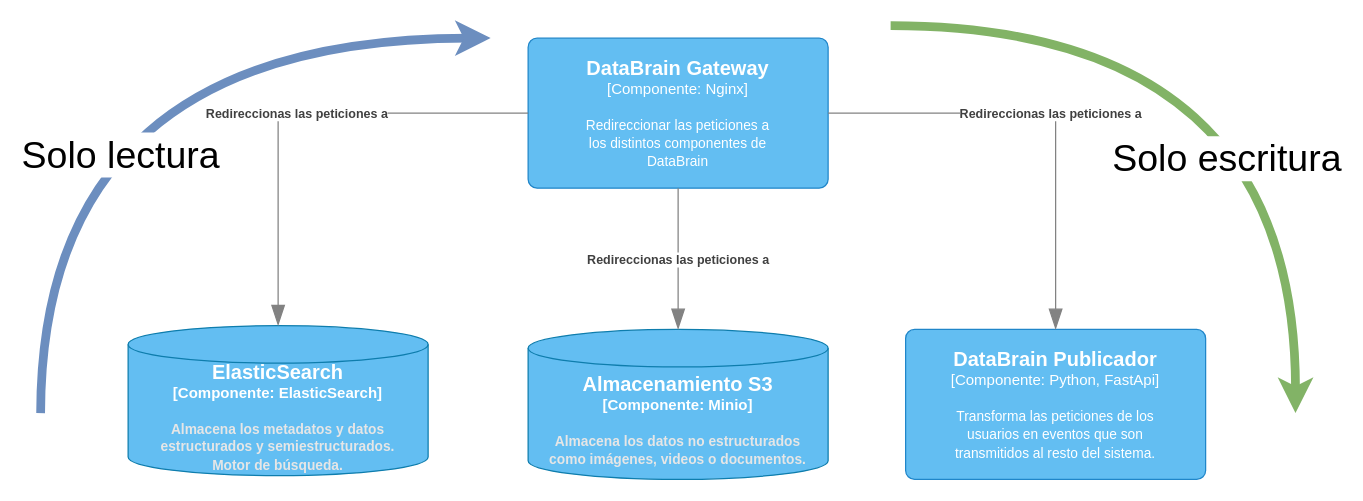
The draw.io diagram page "CQRS" (3 of 25) of C4 model.drawio in gaspect/brainsys, before the edit. Source tidied: cells renumbered, new cells numbered last; positions are measured from the earlier drawing's top-left corner, leaving out a move shared by most shapes. Both pictures are drawn from the tidied source at 125%, with x=0, y=0 at pixel (40, 25).
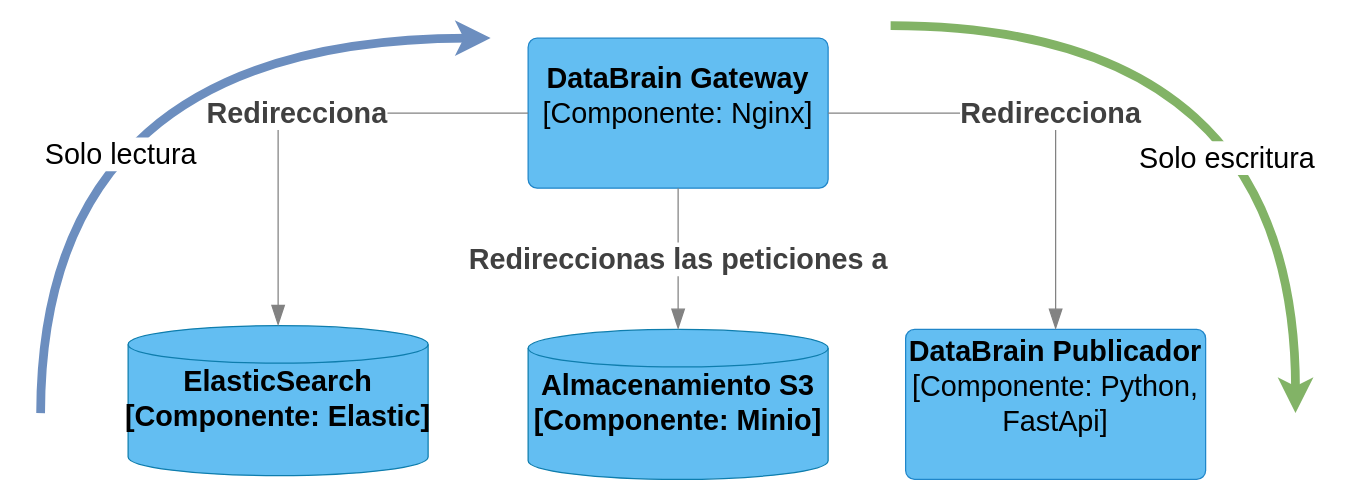
After the change.

Diff of the diagram source:
```diff
@@
-    <object id="2" label="&lt;font style=&quot;font-size: 16px&quot;&gt;&lt;b&gt;%c4Type%&lt;/font&gt;&lt;div&gt;[%c4Container%:&amp;nbsp;%c4Technology%]&lt;/div&gt;&lt;br&gt;&lt;div&gt;&lt;font style=&quot;font-size: 11px&quot;&gt;&lt;font color=&quot;#E6E6E6&quot;&gt;%c4Description%&lt;/font&gt;&lt;/div&gt;" c4Container="Componente" c4Description="Almacena los datos no estructurados&#10;como imágenes, videos o documentos." c4Technology="Minio" c4Type="Almacenamiento S3" placeholders="1">
-      <mxCell style="shape=cylinder3;size=15;whiteSpace=wrap;html=1;boundedLbl=1;rounded=0;labelBackgroundColor=none;fillColor=#63BEF2;fontSize=12;fontColor=#ffffff;align=center;strokeColor=#0E7DAD;points=[[0.5,0,0],[1,0.25,0],[1,0.5,0],[1,0.75,0],[0.5,1,0],[0,0.75,0],[0,0.5,0],[0,0.25,0]];" parent="1" vertex="1">
+    <object id="2" label="&lt;font style=&quot;font-size: 23px;&quot;&gt;&lt;b style=&quot;font-size: 23px;&quot;&gt;%c4Type%&lt;/b&gt;&lt;/font&gt;&lt;div style=&quot;font-size: 23px;&quot;&gt;&lt;b style=&quot;font-size: 23px;&quot;&gt;[%c4Container%:&amp;nbsp;%c4Technology%]&lt;/b&gt;&lt;/div&gt;&lt;b style=&quot;font-size: 23px;&quot;&gt;&lt;br style=&quot;font-size: 23px;&quot;&gt;&lt;div style=&quot;font-size: 23px;&quot;&gt;&lt;font style=&quot;font-size: 23px;&quot;&gt;&lt;font style=&quot;font-size: 23px;&quot;&gt;%c4Description%&lt;/font&gt;&lt;/font&gt;&lt;/div&gt;&lt;/b&gt;" c4Container="Componente" c4Description="" c4Technology="Minio" c4Type="Almacenamiento S3" placeholders="1">
+      <mxCell style="shape=cylinder3;size=15;whiteSpace=wrap;html=1;boundedLbl=1;rounded=0;labelBackgroundColor=none;fillColor=#63BEF2;fontSize=23;fontColor=#000000;align=center;strokeColor=#0E7DAD;points=[[0.5,0,0],[1,0.25,0],[1,0.5,0],[1,0.75,0],[0.5,1,0],[0,0.75,0],[0,0.5,0],[0,0.25,0]];" parent="1" vertex="1">
         <mxGeometry x="390" y="243" width="240" height="120" as="geometry" />
       </mxCell>
     </object>
-    <object id="3" label="&lt;font style=&quot;font-size: 16px&quot;&gt;&lt;b&gt;%c4Type%&lt;/font&gt;&lt;div&gt;[%c4Container%:&amp;nbsp;%c4Technology%]&lt;/div&gt;&lt;br&gt;&lt;div&gt;&lt;font style=&quot;font-size: 11px&quot;&gt;&lt;font color=&quot;#E6E6E6&quot;&gt;%c4Description%&lt;/font&gt;&lt;/div&gt;" c4Container="Componente" c4Description="Almacena los metadatos y datos &#10;estructurados y semiestructurados.&#10;Motor de búsqueda." c4Technology="ElasticSearch" c4Type="ElasticSearch" placeholders="1">
-      <mxCell style="shape=cylinder3;size=15;whiteSpace=wrap;html=1;boundedLbl=1;rounded=0;labelBackgroundColor=none;fillColor=#63BEF2;fontSize=12;fontColor=#ffffff;align=center;strokeColor=#0E7DAD;points=[[0.5,0,0],[1,0.25,0],[1,0.5,0],[1,0.75,0],[0.5,1,0],[0,0.75,0],[0,0.5,0],[0,0.25,0]];" parent="1" vertex="1">
+    <object id="3" label="&lt;font style=&quot;font-size: 23px;&quot;&gt;&lt;b style=&quot;font-size: 23px;&quot;&gt;%c4Type%&lt;/b&gt;&lt;/font&gt;&lt;div style=&quot;font-size: 23px;&quot;&gt;&lt;b style=&quot;font-size: 23px;&quot;&gt;[%c4Container%:&amp;nbsp;%c4Technology%]&lt;/b&gt;&lt;/div&gt;&lt;b style=&quot;font-size: 23px;&quot;&gt;&lt;br style=&quot;font-size: 23px;&quot;&gt;&lt;div style=&quot;font-size: 23px;&quot;&gt;&lt;font style=&quot;font-size: 23px;&quot;&gt;&lt;font style=&quot;font-size: 23px;&quot;&gt;%c4Description%&lt;/font&gt;&lt;/font&gt;&lt;/div&gt;&lt;/b&gt;" c4Container="Componente" c4Description="" c4Technology="Elastic" c4Type="ElasticSearch" placeholders="1">
+      <mxCell style="shape=cylinder3;size=15;whiteSpace=wrap;html=1;boundedLbl=1;rounded=0;labelBackgroundColor=none;fillColor=#63BEF2;fontSize=23;fontColor=#000000;align=center;strokeColor=#0E7DAD;points=[[0.5,0,0],[1,0.25,0],[1,0.5,0],[1,0.75,0],[0.5,1,0],[0,0.75,0],[0,0.5,0],[0,0.25,0]];" parent="1" vertex="1">
         <mxGeometry x="70" y="240" width="240" height="120" as="geometry" />
       </mxCell>
     </object>
-    <object id="4" label="&lt;font style=&quot;font-size: 16px&quot;&gt;&lt;b&gt;%c4Name%&lt;/b&gt;&lt;/font&gt;&lt;div&gt;[%c4Type%: %c4Technology%]&lt;/div&gt;&lt;br&gt;&lt;div&gt;&lt;font style=&quot;font-size: 11px&quot;&gt;%c4Description%&lt;/font&gt;&lt;/div&gt;" c4Description="Transforma las peticiones de los &#10;usuarios en eventos que son &#10;transmitidos al resto del sistema." c4Name="DataBrain Publicador" c4Technology="Python, FastApi" c4Type="Componente" placeholders="1">
-      <mxCell style="rounded=1;whiteSpace=wrap;html=1;labelBackgroundColor=none;fillColor=#63BEF2;fontColor=#ffffff;align=center;arcSize=6;strokeColor=#2086C9;points=[[0.25,0,0],[0.5,0,0],[0.75,0,0],[1,0.25,0],[1,0.5,0],[1,0.75,0],[0.75,1,0],[0.5,1,0],[0.25,1,0],[0,0.75,0],[0,0.5,0],[0,0.25,0]];" parent="1" vertex="1">
+    <object id="4" label="&lt;font style=&quot;font-size: 23px;&quot;&gt;&lt;b style=&quot;font-size: 23px;&quot;&gt;%c4Name%&lt;/b&gt;&lt;/font&gt;&lt;div style=&quot;font-size: 23px;&quot;&gt;[%c4Type%: %c4Technology%]&lt;/div&gt;&lt;br style=&quot;font-size: 23px;&quot;&gt;&lt;div style=&quot;font-size: 23px;&quot;&gt;&lt;font style=&quot;font-size: 23px;&quot;&gt;%c4Description%&lt;/font&gt;&lt;/div&gt;" c4Description="" c4Name="DataBrain Publicador" c4Technology="Python, FastApi" c4Type="Componente" placeholders="1">
+      <mxCell style="rounded=1;whiteSpace=wrap;html=1;labelBackgroundColor=none;fillColor=#63BEF2;fontColor=#000000;align=center;arcSize=6;strokeColor=#2086C9;points=[[0.25,0,0],[0.5,0,0],[0.75,0,0],[1,0.25,0],[1,0.5,0],[1,0.75,0],[0.75,1,0],[0.5,1,0],[0.25,1,0],[0,0.75,0],[0,0.5,0],[0,0.25,0]];fontSize=23;" parent="1" vertex="1">
         <mxGeometry x="692" y="243" width="240" height="120" as="geometry" />
       </mxCell>
     </object>
-    <object id="5" label="&lt;font style=&quot;font-size: 16px&quot;&gt;&lt;b&gt;%c4Name%&lt;/b&gt;&lt;/font&gt;&lt;div&gt;[%c4Type%: %c4Technology%]&lt;/div&gt;&lt;br&gt;&lt;div&gt;&lt;font style=&quot;font-size: 11px&quot;&gt;%c4Description%&lt;/font&gt;&lt;/div&gt;" c4Description="Redireccionar las peticiones a &#10;los distintos componentes de &#10;DataBrain" c4Name="DataBrain Gateway" c4Technology="Nginx" c4Type="Componente" placeholders="1">
-      <mxCell style="rounded=1;whiteSpace=wrap;html=1;labelBackgroundColor=none;fillColor=#63BEF2;fontColor=#ffffff;align=center;arcSize=6;strokeColor=#2086C9;points=[[0.25,0,0],[0.5,0,0],[0.75,0,0],[1,0.25,0],[1,0.5,0],[1,0.75,0],[0.75,1,0],[0.5,1,0],[0.25,1,0],[0,0.75,0],[0,0.5,0],[0,0.25,0]];" parent="1" vertex="1">
+    <object id="5" label="&lt;font style=&quot;font-size: 23px;&quot;&gt;&lt;b style=&quot;font-size: 23px;&quot;&gt;%c4Name%&lt;/b&gt;&lt;/font&gt;&lt;div style=&quot;font-size: 23px;&quot;&gt;[%c4Type%: %c4Technology%]&lt;/div&gt;&lt;br style=&quot;font-size: 23px;&quot;&gt;&lt;div style=&quot;font-size: 23px;&quot;&gt;&lt;font style=&quot;font-size: 23px;&quot;&gt;%c4Description%&lt;/font&gt;&lt;/div&gt;" c4Description="" c4Name="DataBrain Gateway" c4Technology="Nginx" c4Type="Componente" placeholders="1">
+      <mxCell style="rounded=1;whiteSpace=wrap;html=1;labelBackgroundColor=none;fillColor=#63BEF2;fontColor=#000000;align=center;arcSize=6;strokeColor=#2086C9;points=[[0.25,0,0],[0.5,0,0],[0.75,0,0],[1,0.25,0],[1,0.5,0],[1,0.75,0],[0.75,1,0],[0.5,1,0],[0.25,1,0],[0,0.75,0],[0,0.5,0],[0,0.25,0]];fontSize=23;" parent="1" vertex="1">
         <mxGeometry x="390" y="10" width="240" height="120" as="geometry" />
       </mxCell>
     </object>
-    <object id="6" label="&lt;div style=&quot;text-align: left&quot;&gt;&lt;div style=&quot;text-align: center&quot;&gt;&lt;b&gt;%c4Description%&lt;/b&gt;&lt;/div&gt;" c4Description="Redireccionas las peticiones a" placeholders="1">
-      <mxCell style="endArrow=blockThin;html=1;fontSize=10;fontColor=#404040;strokeWidth=1;endFill=1;strokeColor=#828282;elbow=vertical;endSize=14;startSize=14;jumpStyle=arc;jumpSize=16;rounded=0;edgeStyle=orthogonalEdgeStyle;" parent="1" edge="1" source="5" target="3">
+    <object id="6" label="&lt;div style=&quot;text-align: left; font-size: 23px;&quot;&gt;&lt;div style=&quot;text-align: center; font-size: 23px;&quot;&gt;&lt;b style=&quot;font-size: 23px;&quot;&gt;%c4Description%&lt;/b&gt;&lt;/div&gt;&lt;/div&gt;" c4Description="Redirecciona" placeholders="1">
+      <mxCell style="endArrow=blockThin;html=1;fontSize=23;fontColor=#404040;strokeWidth=1;endFill=1;strokeColor=#828282;elbow=vertical;endSize=14;startSize=14;jumpStyle=arc;jumpSize=16;rounded=0;edgeStyle=orthogonalEdgeStyle;" parent="1" edge="1" source="5" target="3">
         <mxGeometry relative="1" as="geometry" />
       </mxCell>
     </object>
-    <object id="7" label="&lt;div style=&quot;text-align: left&quot;&gt;&lt;div style=&quot;text-align: center&quot;&gt;&lt;b&gt;%c4Description%&lt;/b&gt;&lt;/div&gt;" c4Description="Redireccionas las peticiones a" placeholders="1">
-      <mxCell style="endArrow=blockThin;html=1;fontSize=10;fontColor=#404040;strokeWidth=1;endFill=1;strokeColor=#828282;elbow=vertical;endSize=14;startSize=14;jumpStyle=arc;jumpSize=16;rounded=0;edgeStyle=orthogonalEdgeStyle;" parent="1" edge="1" source="5" target="2">
+    <object id="7" label="&lt;div style=&quot;text-align: left; font-size: 23px;&quot;&gt;&lt;div style=&quot;text-align: center; font-size: 23px;&quot;&gt;&lt;b style=&quot;font-size: 23px;&quot;&gt;%c4Description%&lt;/b&gt;&lt;/div&gt;&lt;/div&gt;" c4Description="Redireccionas las peticiones a" placeholders="1">
+      <mxCell style="endArrow=blockThin;html=1;fontSize=23;fontColor=#404040;strokeWidth=1;endFill=1;strokeColor=#828282;elbow=vertical;endSize=14;startSize=14;jumpStyle=arc;jumpSize=16;rounded=0;edgeStyle=orthogonalEdgeStyle;" parent="1" edge="1" source="5" target="2">
         <mxGeometry relative="1" as="geometry" />
       </mxCell>
     </object>
-    <object id="8" label="&lt;div style=&quot;text-align: left&quot;&gt;&lt;div style=&quot;text-align: center&quot;&gt;&lt;b&gt;%c4Description%&lt;/b&gt;&lt;/div&gt;" c4Description="Redireccionas las peticiones a" placeholders="1">
-      <mxCell style="endArrow=blockThin;html=1;fontSize=10;fontColor=#404040;strokeWidth=1;endFill=1;strokeColor=#828282;elbow=vertical;endSize=14;startSize=14;jumpStyle=arc;jumpSize=16;rounded=0;edgeStyle=orthogonalEdgeStyle;" parent="1" edge="1" source="5" target="4">
+    <object id="8" label="&lt;div style=&quot;text-align: left; font-size: 23px;&quot;&gt;&lt;div style=&quot;text-align: center; font-size: 23px;&quot;&gt;&lt;b style=&quot;font-size: 23px;&quot;&gt;%c4Description%&lt;/b&gt;&lt;/div&gt;&lt;/div&gt;" c4Description="Redirecciona" placeholders="1">
+      <mxCell style="endArrow=blockThin;html=1;fontSize=23;fontColor=#404040;strokeWidth=1;endFill=1;strokeColor=#828282;elbow=vertical;endSize=14;startSize=14;jumpStyle=arc;jumpSize=16;rounded=0;edgeStyle=orthogonalEdgeStyle;" parent="1" edge="1" source="5" target="4">
         <mxGeometry relative="1" as="geometry" />
       </mxCell>
     </object>
-    <mxCell id="9" style="endArrow=classic;html=1;edgeStyle=orthogonalEdgeStyle;curved=1;strokeWidth=7;fillColor=#d5e8d4;strokeColor=#82b366;gradientColor=#97d077;" parent="1" edge="1">
+    <mxCell id="9" style="endArrow=classic;html=1;edgeStyle=orthogonalEdgeStyle;curved=1;strokeWidth=7;fillColor=#d5e8d4;strokeColor=#82b366;gradientColor=#97d077;fontSize=23;" parent="1" edge="1">
       <mxGeometry relative="1" as="geometry">
         <mxPoint x="680" as="sourcePoint" />
         <mxPoint x="1003.9" y="310" as="targetPoint" />
       </mxGeometry>
     </mxCell>
-    <mxCell id="10" value="Solo escritura" style="edgeLabel;html=1;align=center;verticalAlign=middle;fontSize=30;" parent="9" vertex="1">
+    <mxCell id="10" value="Solo escritura" style="edgeLabel;html=1;align=center;verticalAlign=middle;fontSize=23;" parent="9" vertex="1">
       <mxGeometry x="0.35" y="-56" relative="1" as="geometry">
         <mxPoint y="1" as="offset" />
       </mxGeometry>
     </mxCell>
-    <mxCell id="11" style="endArrow=none;html=1;fontSize=30;strokeWidth=7;curved=1;edgeStyle=orthogonalEdgeStyle;fillColor=#dae8fc;gradientColor=#7ea6e0;strokeColor=#6c8ebf;endFill=0;startArrow=classic;startFill=1;" parent="1" edge="1">
+    <mxCell id="11" style="endArrow=none;html=1;fontSize=23;strokeWidth=7;curved=1;edgeStyle=orthogonalEdgeStyle;fillColor=#dae8fc;gradientColor=#7ea6e0;strokeColor=#6c8ebf;endFill=0;startArrow=classic;startFill=1;" parent="1" edge="1">
       <mxGeometry relative="1" as="geometry">
         <mxPoint x="360" y="10" as="sourcePoint" />
         <mxPoint y="310" as="targetPoint" />
       </mxGeometry>
     </mxCell>
-    <mxCell id="12" value="Solo lectura" style="edgeLabel;html=1;align=center;verticalAlign=middle;fontSize=30;" parent="11" vertex="1">
+    <mxCell id="12" value="Solo lectura" style="edgeLabel;html=1;align=center;verticalAlign=middle;fontSize=23;" parent="11" vertex="1">
       <mxGeometry x="0.37" y="63" relative="1" as="geometry" />
     </mxCell>
```
